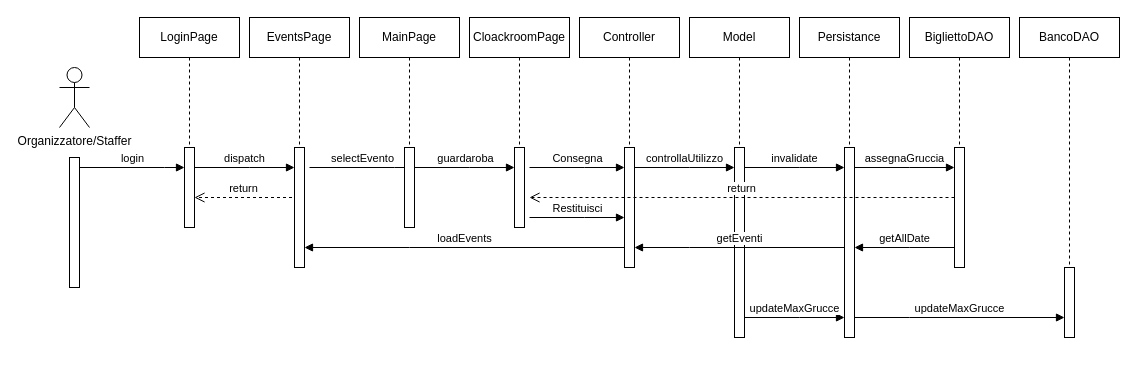
Earlier version of the draw.io diagram Documentazione/Diagrammi/Draw.io/6 - Diagramma di Sequenza - Banco Guardaroba.drawio (IngSW-unipv/Progetto-H25). Source tidied: cells renumbered, new cells numbered last; positions are measured from the earlier drawing's top-left corner, leaving out a move shared by most shapes. Both pictures are drawn from the tidied source at 100%, with x=0, y=0 at pixel (59, 17).
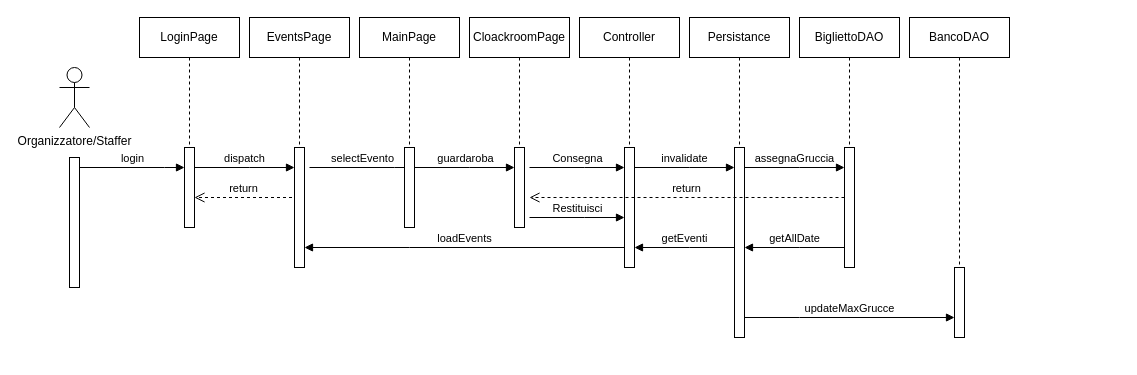
Above is the later version.

The change refers to these unchanged cells:
```xml
<mxCell id="29" style="html=1;points=[[0,0,0,0,5],[0,1,0,0,-5],[1,0,0,0,5],[1,1,0,0,-5]];perimeter=orthogonalPerimeter;outlineConnect=0;targetShapes=umlLifeline;portConstraint=eastwest;newEdgeStyle={&quot;curved&quot;:0,&quot;rounded&quot;:0};" parent="27" vertex="1">
  <mxGeometry x="45" y="130" width="10" height="190" as="geometry" />
</mxCell>
<mxCell id="34" style="html=1;points=[[0,0,0,0,5],[0,1,0,0,-5],[1,0,0,0,5],[1,1,0,0,-5]];perimeter=orthogonalPerimeter;outlineConnect=0;targetShapes=umlLifeline;portConstraint=eastwest;newEdgeStyle={&quot;curved&quot;:0,&quot;rounded&quot;:0};" parent="32" vertex="1">
  <mxGeometry x="45" y="130" width="10" height="120" as="geometry" />
</mxCell>
```

What changed in the source:
```diff
@@
-    <mxCell id="22" style="group;" parent="1" vertex="1">
-      <mxGeometry x="630" width="100" height="340" as="geometry" />
-    </mxCell>
-    <mxCell id="23" value="Model" style="shape=umlLifeline;perimeter=lifelinePerimeter;whiteSpace=wrap;html=1;newEdgeStyle={&quot;edgeStyle&quot;:&quot;elbowEdgeStyle&quot;,&quot;elbow&quot;:&quot;vertical&quot;,&quot;curved&quot;:0,&quot;rounded&quot;:0};" parent="22" vertex="1">
-      <mxGeometry width="100" height="210" as="geometry" />
-    </mxCell>
-    <mxCell id="24" style="html=1;perimeter=orthogonalPerimeter;targetShapes=umlLifeline;newEdgeStyle={&quot;curved&quot;:0,&quot;rounded&quot;:0};" parent="22" vertex="1">
-      <mxGeometry x="45" y="130" width="10" height="190" as="geometry" />
-    </mxCell>
-    <mxCell id="25" value="controllaUtilizzo" style="html=1;verticalAlign=bottom;endArrow=block;edgeStyle=elbowEdgeStyle;elbow=vertical;curved=0;rounded=0;" parent="22" edge="1">
-      <mxGeometry relative="1" as="geometry">
-        <mxPoint x="-55" y="150" as="sourcePoint" />
-        <mxPoint x="45" y="150" as="targetPoint" />
-        <Array as="points">
-          <mxPoint y="150" />
-        </Array>
-      </mxGeometry>
-    </mxCell>
-    <mxCell id="26" value="updateMaxGrucce" style="html=1;verticalAlign=bottom;endArrow=block;edgeStyle=elbowEdgeStyle;elbow=horizontal;curved=0;rounded=0;" parent="22" edge="1">
-      <mxGeometry relative="1" as="geometry">
-        <mxPoint x="55" y="300" as="sourcePoint" />
-        <mxPoint x="155" y="300" as="targetPoint" />
-        <Array as="points">
-          <mxPoint x="110" y="300" />
-        </Array>
-      </mxGeometry>
-    </mxCell>
     <mxCell id="27" style="group;" parent="1" vertex="1">
-      <mxGeometry x="740" width="100" height="340" as="geometry" />
+      <mxGeometry x="630" width="100" height="340" as="geometry" />
     </mxCell>
@@
     <mxCell id="32" style="group;" parent="1" vertex="1">
-      <mxGeometry x="850" width="100" height="270" as="geometry" />
+      <mxGeometry x="740" width="100" height="270" as="geometry" />
     </mxCell>
@@
     <mxCell id="38" value="getAllDate" style="html=1;verticalAlign=bottom;endArrow=block;edgeStyle=elbowEdgeStyle;elbow=vertical;curved=0;rounded=0;" parent="1" edge="1" source="34" target="29">
       <mxGeometry relative="1" as="geometry">
         <Array as="points">
-          <mxPoint x="850" y="230" />
+          <mxPoint x="740" y="230" />
         </Array>
       </mxGeometry>
     </mxCell>
@@
     <mxCell id="43" style="group;" parent="1" vertex="1">
-      <mxGeometry x="960" width="100" height="320" as="geometry" />
+      <mxGeometry x="850" width="100" height="320" as="geometry" />
     </mxCell>
```
